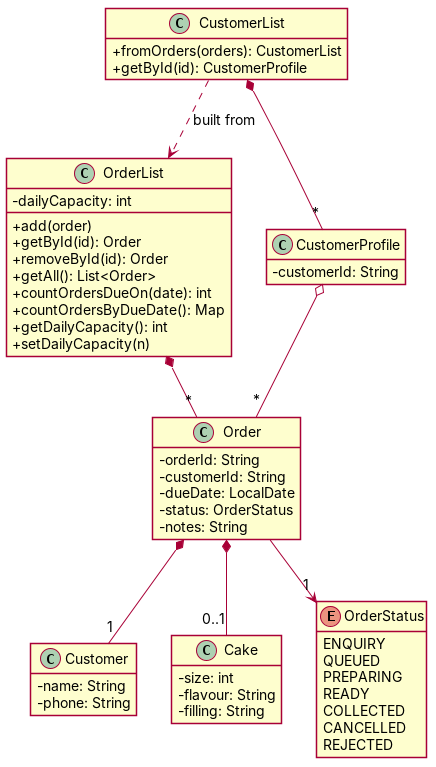
The PlantUML diagram docs/diagrams/ModelClassDiagram.png in AY2627S1-CS2113-W12-1/tp, before a commit. Its source is kept beside it as docs/diagrams/ModelClassDiagram.puml.
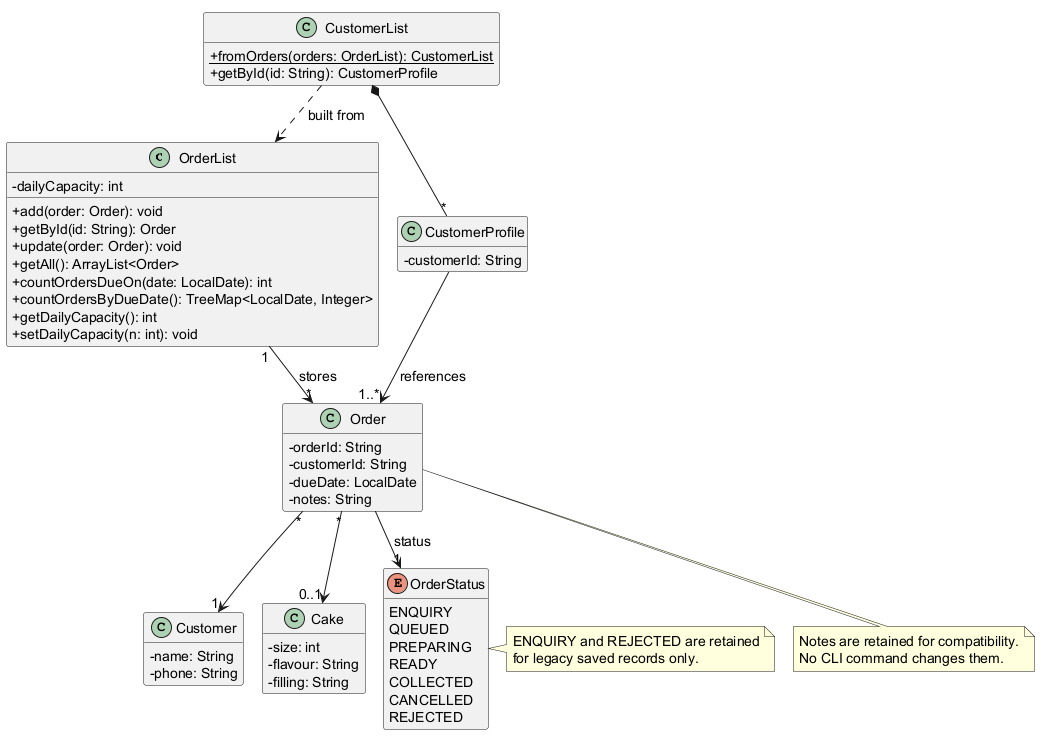
Above is the later version.

What changed in the source:
```diff
@@ -6,21 +6,20 @@
 
 class OrderList {
   - dailyCapacity: int
-  + add(order)
-  + getById(id): Order
-  + removeById(id): Order
-  + getAll(): List<Order>
-  + countOrdersDueOn(date): int
-  + countOrdersByDueDate(): Map
+  + add(order: Order): void
+  + getById(id: String): Order
+  + update(order: Order): void
+  + getAll(): ArrayList<Order>
+  + countOrdersDueOn(date: LocalDate): int
+  + countOrdersByDueDate(): TreeMap<LocalDate, Integer>
   + getDailyCapacity(): int
-  + setDailyCapacity(n)
+  + setDailyCapacity(n: int): void
 }
 
 class Order {
   - orderId: String
   - customerId: String
   - dueDate: LocalDate
-  - status: OrderStatus
   - notes: String
 }
 
@@ -46,19 +45,29 @@
 }
 
 class CustomerList {
-  + fromOrders(orders): CustomerList
-  + getById(id): CustomerProfile
+  {static} + fromOrders(orders: OrderList): CustomerList
+  + getById(id: String): CustomerProfile
 }
 
 class CustomerProfile {
   - customerId: String
 }
 
-OrderList *-- "*" Order
-Order *-- "1" Customer
-Order *-- "0..1" Cake
-Order --> "1" OrderStatus
+OrderList "1" --> "*" Order : stores
+Order "*" --> "1" Customer
+Order "*" --> "0..1" Cake
+Order --> "1" OrderStatus : status
 CustomerList *-- "*" CustomerProfile
-CustomerProfile o-- "*" Order
+CustomerProfile --> "1..*" Order : references
 CustomerList ..> OrderList : built from
+
+note right of OrderStatus
+  ENQUIRY and REJECTED are retained
+  for legacy saved records only.
+end note
+
+note bottom of Order
+  Notes are retained for compatibility.
+  No CLI command changes them.
+end note
 @enduml
```
